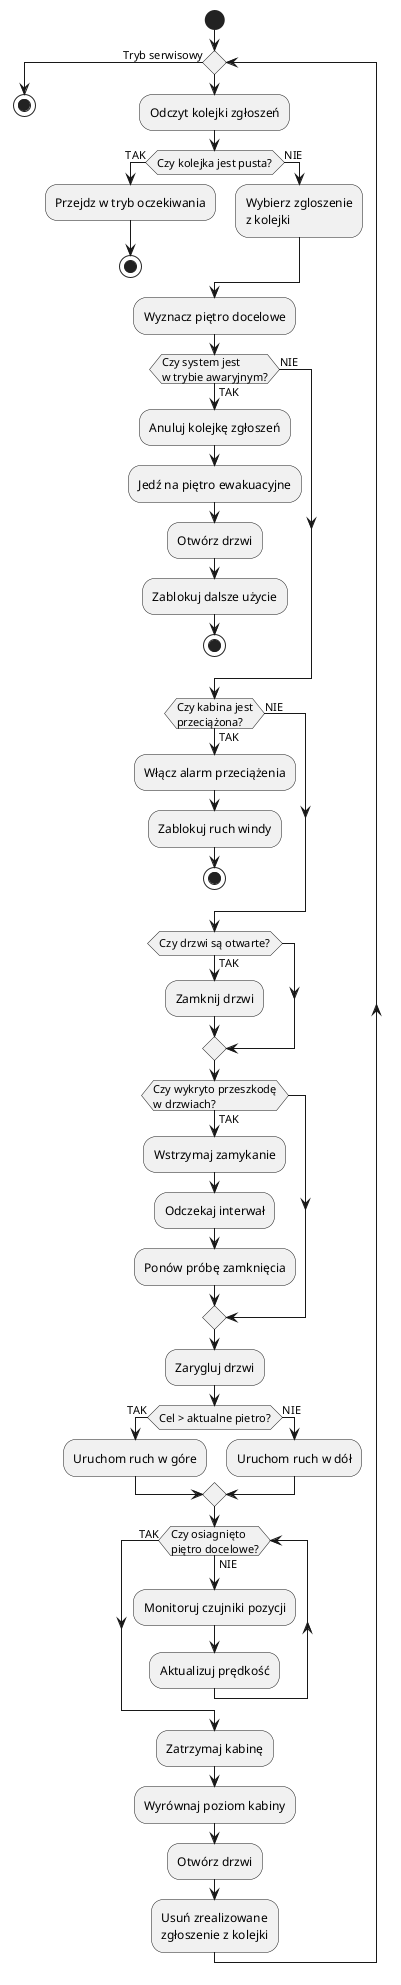
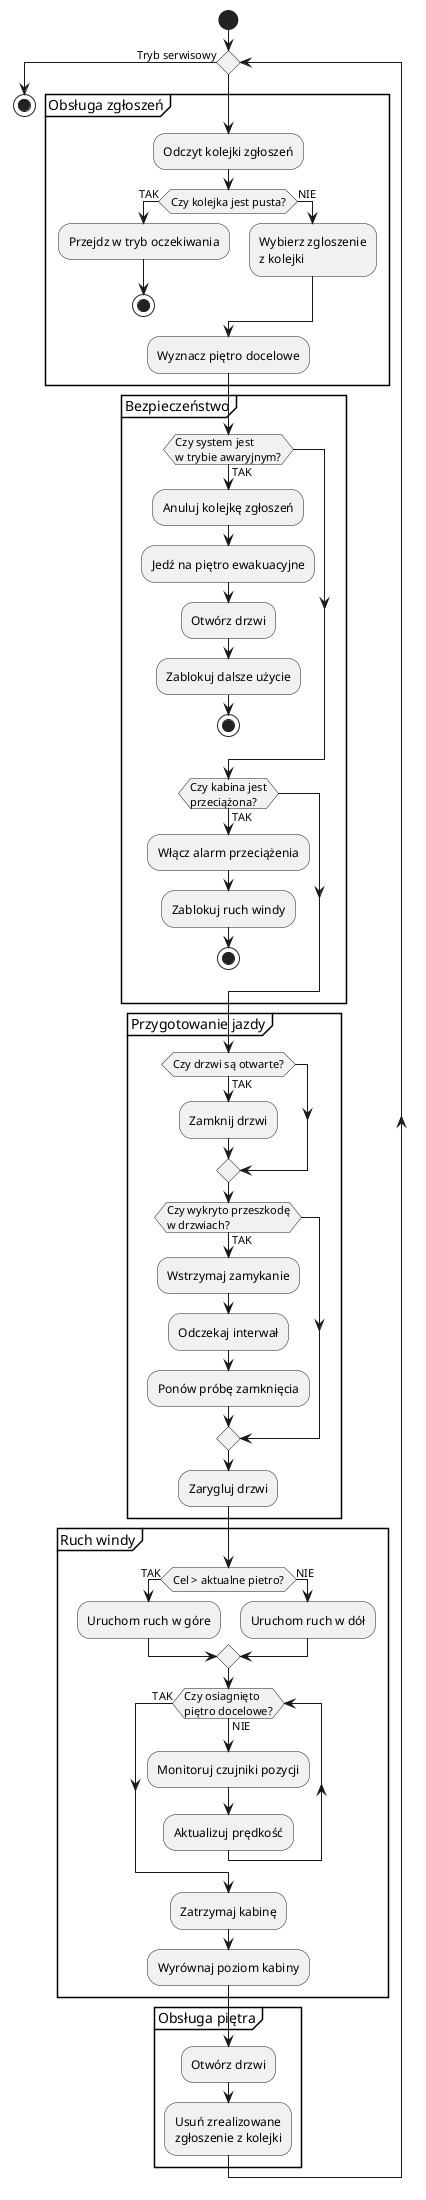
@startuml
start

while()
- :Odczyt kolejki zgłoszeń;

- if (Czy kolejka jest pusta?) then (TAK)
-     :Przejdz w tryb oczekiwania;
-     stop
- else (NIE)
-     :Wybierz zgloszenie\nz kolejki;
- endif
+ partition "Obsługa zgłoszeń" {

- :Wyznacz piętro docelowe;
+     :Odczyt kolejki zgłoszeń;

- if (Czy system jest\nw trybie awaryjnym?) then (TAK)
-     :Anuluj kolejkę zgłoszeń;
-     :Jedź na piętro ewakuacyjne;
+     if (Czy kolejka jest pusta?) then (TAK)
+         :Przejdz w tryb oczekiwania;
+         stop
+     else (NIE)
+         :Wybierz zgloszenie\nz kolejki;
+     endif
+ 
+     :Wyznacz piętro docelowe;
+ }
+ 
+ partition "Bezpieczeństwo" {
+ 
+     if (Czy system jest\nw trybie awaryjnym?) then (TAK)
+ 
+         :Anuluj kolejkę zgłoszeń;
+         :Jedź na piętro ewakuacyjne;
+         :Otwórz drzwi;
+         :Zablokuj dalsze użycie;
+         stop
+ 
+     endif
+ 
+     if (Czy kabina jest\nprzeciążona?) then (TAK)
+ 
+         :Włącz alarm przeciążenia;
+         :Zablokuj ruch windy;
+         stop
+ 
+     endif
+ }
+ 
+ partition "Przygotowanie jazdy" {
+ 
+     if (Czy drzwi są otwarte?) then (TAK)
+         :Zamknij drzwi;
+     endif
+ 
+     if (Czy wykryto przeszkodę\nw drzwiach?) then (TAK)
+ 
+         :Wstrzymaj zamykanie;
+         :Odczekaj interwał;
+         :Ponów próbę zamknięcia;
+ 
+     endif
+ 
+     :Zarygluj drzwi;
+ }
+ 
+ partition "Ruch windy" {
+ 
+     if (Cel > aktualne pietro?) then (TAK)
+         :Uruchom ruch w góre;
+     else (NIE)
+         :Uruchom ruch w dół;
+     endif
+ 
+     while (Czy osiagnięto\npiętro docelowe?) is (NIE)
+ 
+         :Monitoruj czujniki pozycji;
+         :Aktualizuj prędkość;
+ 
+     endwhile (TAK)
+ 
+     :Zatrzymaj kabinę;
+     :Wyrównaj poziom kabiny;
+ }
+ 
+ partition "Obsługa piętra" {
+ 
    :Otwórz drzwi;
-     :Zablokuj dalsze użycie;
-     stop
- else (NIE)
- endif
+     :Usuń zrealizowane\nzgłoszenie z kolejki;
+ }

- if (Czy kabina jest\nprzeciążona?) then (TAK)
-     :Włącz alarm przeciążenia;
-     :Zablokuj ruch windy;
-     stop
- else (NIE)
- endif
- 
- if (Czy drzwi są otwarte?) then (TAK)
-     :Zamknij drzwi;
- endif
- 
- if (Czy wykryto przeszkodę\nw drzwiach?) then (TAK)
-     :Wstrzymaj zamykanie;
-     :Odczekaj interwał;
-     :Ponów próbę zamknięcia;
- endif
- 
- :Zarygluj drzwi;
- 
- if (Cel > aktualne pietro?) then (TAK)
-     :Uruchom ruch w góre;
- else (NIE)
-     :Uruchom ruch w dół;
- endif
- 
- while (Czy osiagnięto\npiętro docelowe?) is (NIE)
-     :Monitoruj czujniki pozycji;
-     :Aktualizuj prędkość;
- endwhile (TAK)
- 
- :Zatrzymaj kabinę;
- :Wyrównaj poziom kabiny;
- :Otwórz drzwi;
- :Usuń zrealizowane\nzgłoszenie z kolejki;
endwhile(Tryb serwisowy)
stop
@enduml